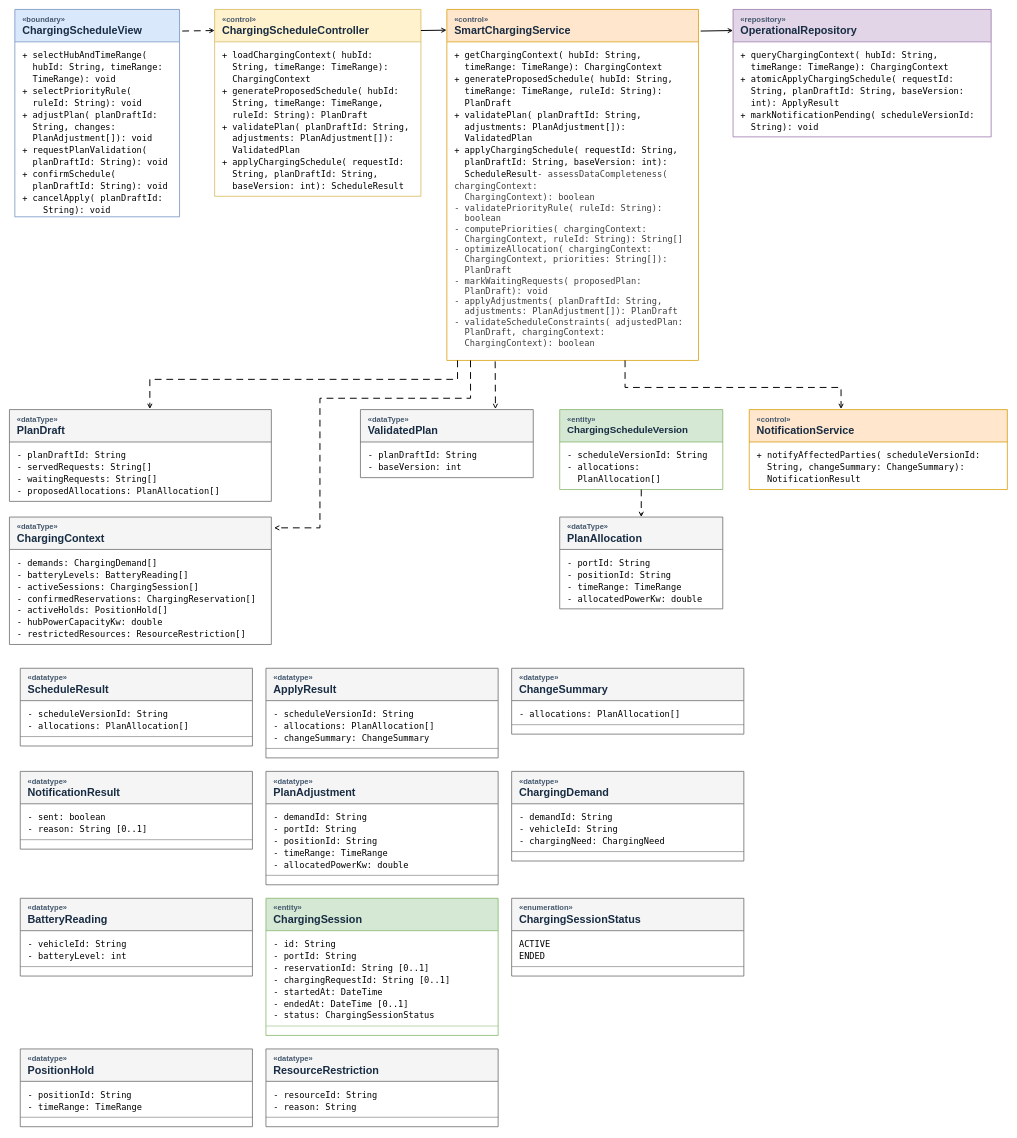
The draw.io diagram docs/hoangnhan_submission3/UC13.drawio in nhanbui304/smart-emobility-hub, before the edit. Source tidied: cells renumbered, new cells numbered last; positions are measured from the earlier drawing's top-left corner, leaving out a move shared by most shapes. Both pictures are drawn from the tidied source at 54%, with x=0, y=0 at pixel (9, 9).
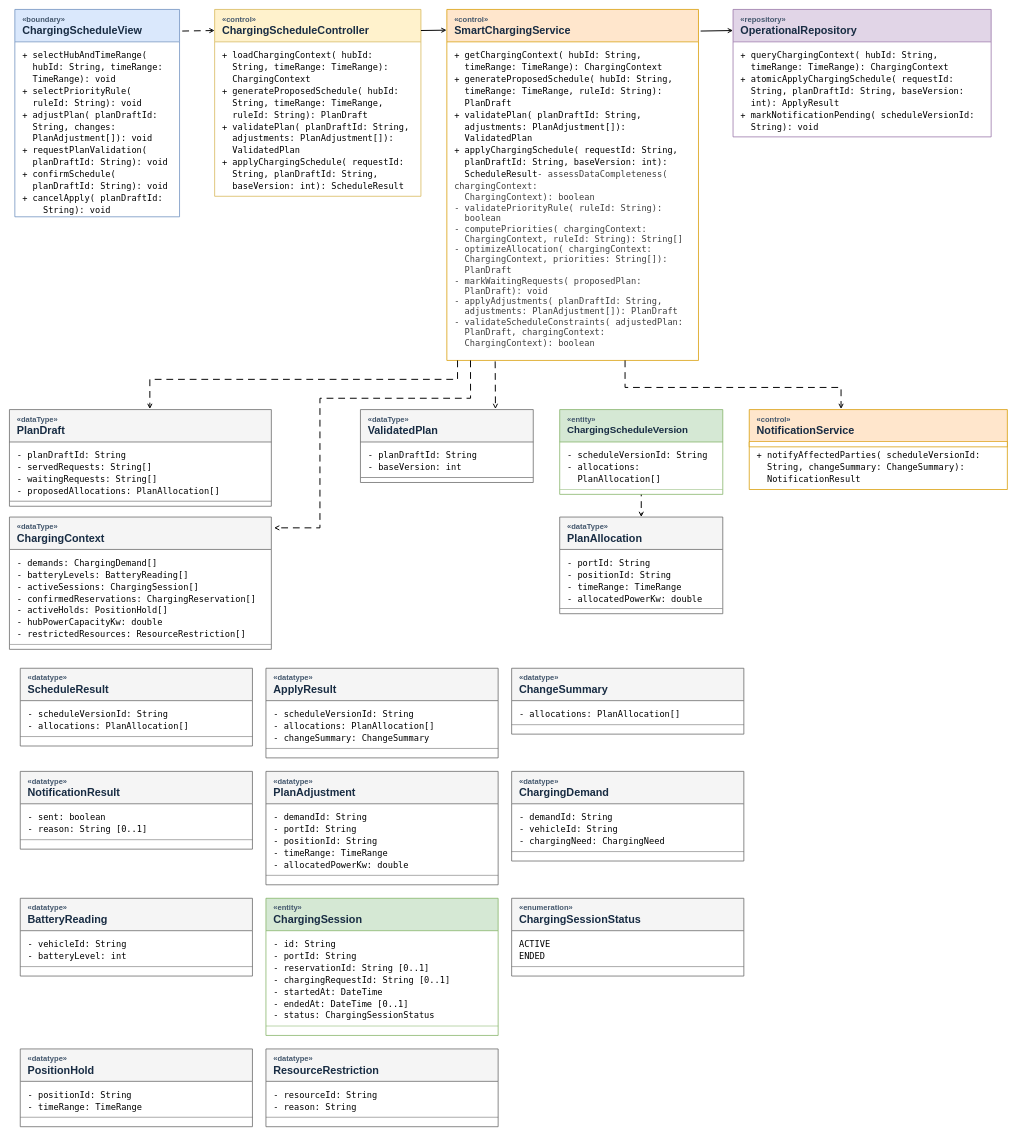
Above is the later version.

The change refers to these unchanged cells:
```xml
<mxCell id="17" value="&lt;div style=&quot;font-size:14px;color:#42566c;&quot;&gt;«control»&lt;/div&gt;&lt;div style=&quot;font-size:20px;font-weight:bold;&quot;&gt;NotificationService&lt;/div&gt;" style="swimlane;startSize=60;horizontal=1;html=1;rounded=0;align=left;verticalAlign=middle;spacingLeft=12;fontColor=#182C43;fillColor=#ffe6cc;swimlaneFillColor=#ffffff;strokeColor=#d79b00;strokeWidth=1.4;" parent="1" vertex="1">
  <mxGeometry x="1370" y="741" width="478" height="148" as="geometry" />
</mxCell>
```

Diff of the diagram source:
```diff
@@
+    <mxCell id="75" value="&lt;div style=&quot;font-size: 14px; color: rgb(66, 86, 108);&quot;&gt;&lt;br&gt;&lt;/div&gt;" style="swimlane;startSize=0;horizontal=1;html=1;rounded=0;align=left;verticalAlign=middle;spacingLeft=12;fillColor=#ffe6cc;swimlaneFillColor=#ffffff;strokeColor=#d79b00;strokeWidth=1.4;" parent="17" vertex="1">
+      <mxGeometry y="60" width="478" height="9" as="geometry" />
+    </mxCell>
@@
+    <mxCell id="76" value="&lt;div style=&quot;font-size: 14px; color: rgb(66, 86, 108);&quot;&gt;&lt;br&gt;&lt;/div&gt;" style="swimlane;startSize=0;horizontal=1;html=1;rounded=0;align=left;verticalAlign=middle;spacingLeft=12;fontColor=#182C43;fillColor=#f5f5f5;swimlaneFillColor=#ffffff;strokeColor=#666666;strokeWidth=1.4;" parent="1" vertex="1">
+      <mxGeometry y="911" width="485" height="9" as="geometry" />
+    </mxCell>
+    <mxCell id="77" value="&lt;div style=&quot;font-size: 14px; color: rgb(66, 86, 108);&quot;&gt;&lt;br&gt;&lt;/div&gt;" style="swimlane;startSize=0;horizontal=1;html=1;rounded=0;align=left;verticalAlign=middle;spacingLeft=12;fontColor=#182C43;fillColor=#f5f5f5;swimlaneFillColor=#ffffff;strokeColor=#666666;strokeWidth=1.4;" parent="1" vertex="1">
+      <mxGeometry y="1176" width="485" height="9" as="geometry" />
+    </mxCell>
+    <mxCell id="78" value="&lt;div style=&quot;font-size: 14px; color: rgb(66, 86, 108);&quot;&gt;&lt;br&gt;&lt;/div&gt;" style="swimlane;startSize=0;horizontal=1;html=1;rounded=0;align=left;verticalAlign=middle;spacingLeft=12;fontColor=#182C43;fillColor=#f5f5f5;swimlaneFillColor=#ffffff;strokeColor=#666666;strokeWidth=1.4;" parent="1" vertex="1">
+      <mxGeometry x="650" y="867" width="320" height="9" as="geometry" />
+    </mxCell>
+    <mxCell id="79" value="&lt;div style=&quot;font-size: 14px; color: rgb(66, 86, 108);&quot;&gt;&lt;br&gt;&lt;/div&gt;" style="swimlane;startSize=0;horizontal=1;html=1;rounded=0;align=left;verticalAlign=middle;spacingLeft=12;fontColor=#182C43;fillColor=#f5f5f5;swimlaneFillColor=#ffffff;strokeColor=#666666;strokeWidth=1.4;" parent="1" vertex="1">
+      <mxGeometry x="1019" y="1110" width="302" height="9" as="geometry" />
+    </mxCell>
+    <mxCell id="80" value="&lt;div style=&quot;font-size: 14px; color: rgb(66, 86, 108);&quot;&gt;&lt;br&gt;&lt;/div&gt;" style="swimlane;startSize=0;horizontal=1;html=1;rounded=0;align=left;verticalAlign=middle;spacingLeft=12;fillColor=#d5e8d4;swimlaneFillColor=#ffffff;strokeColor=#82b366;strokeWidth=1.4;" parent="1" vertex="1">
+      <mxGeometry x="1019" y="889" width="302" height="9" as="geometry" />
+    </mxCell>
```
